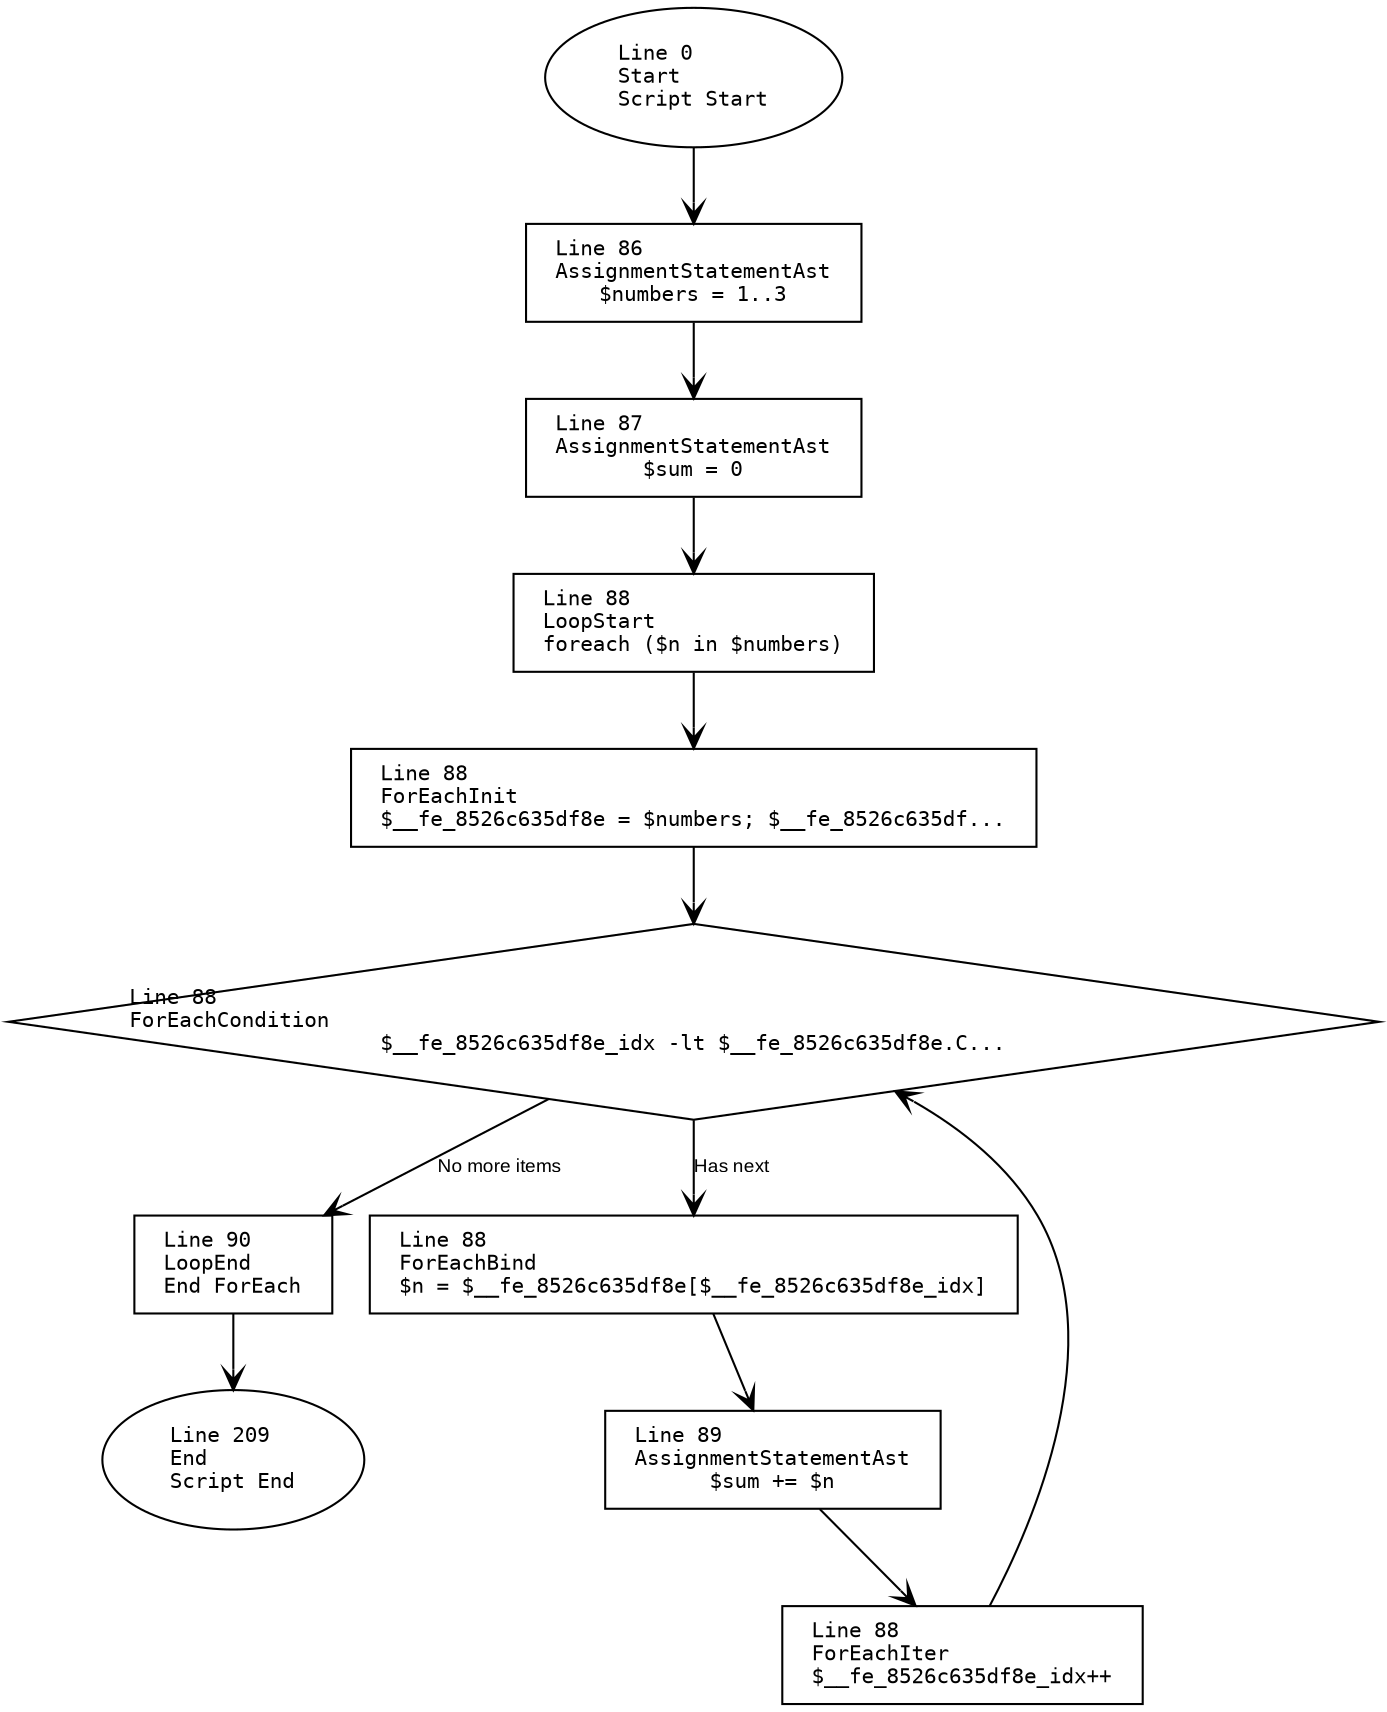
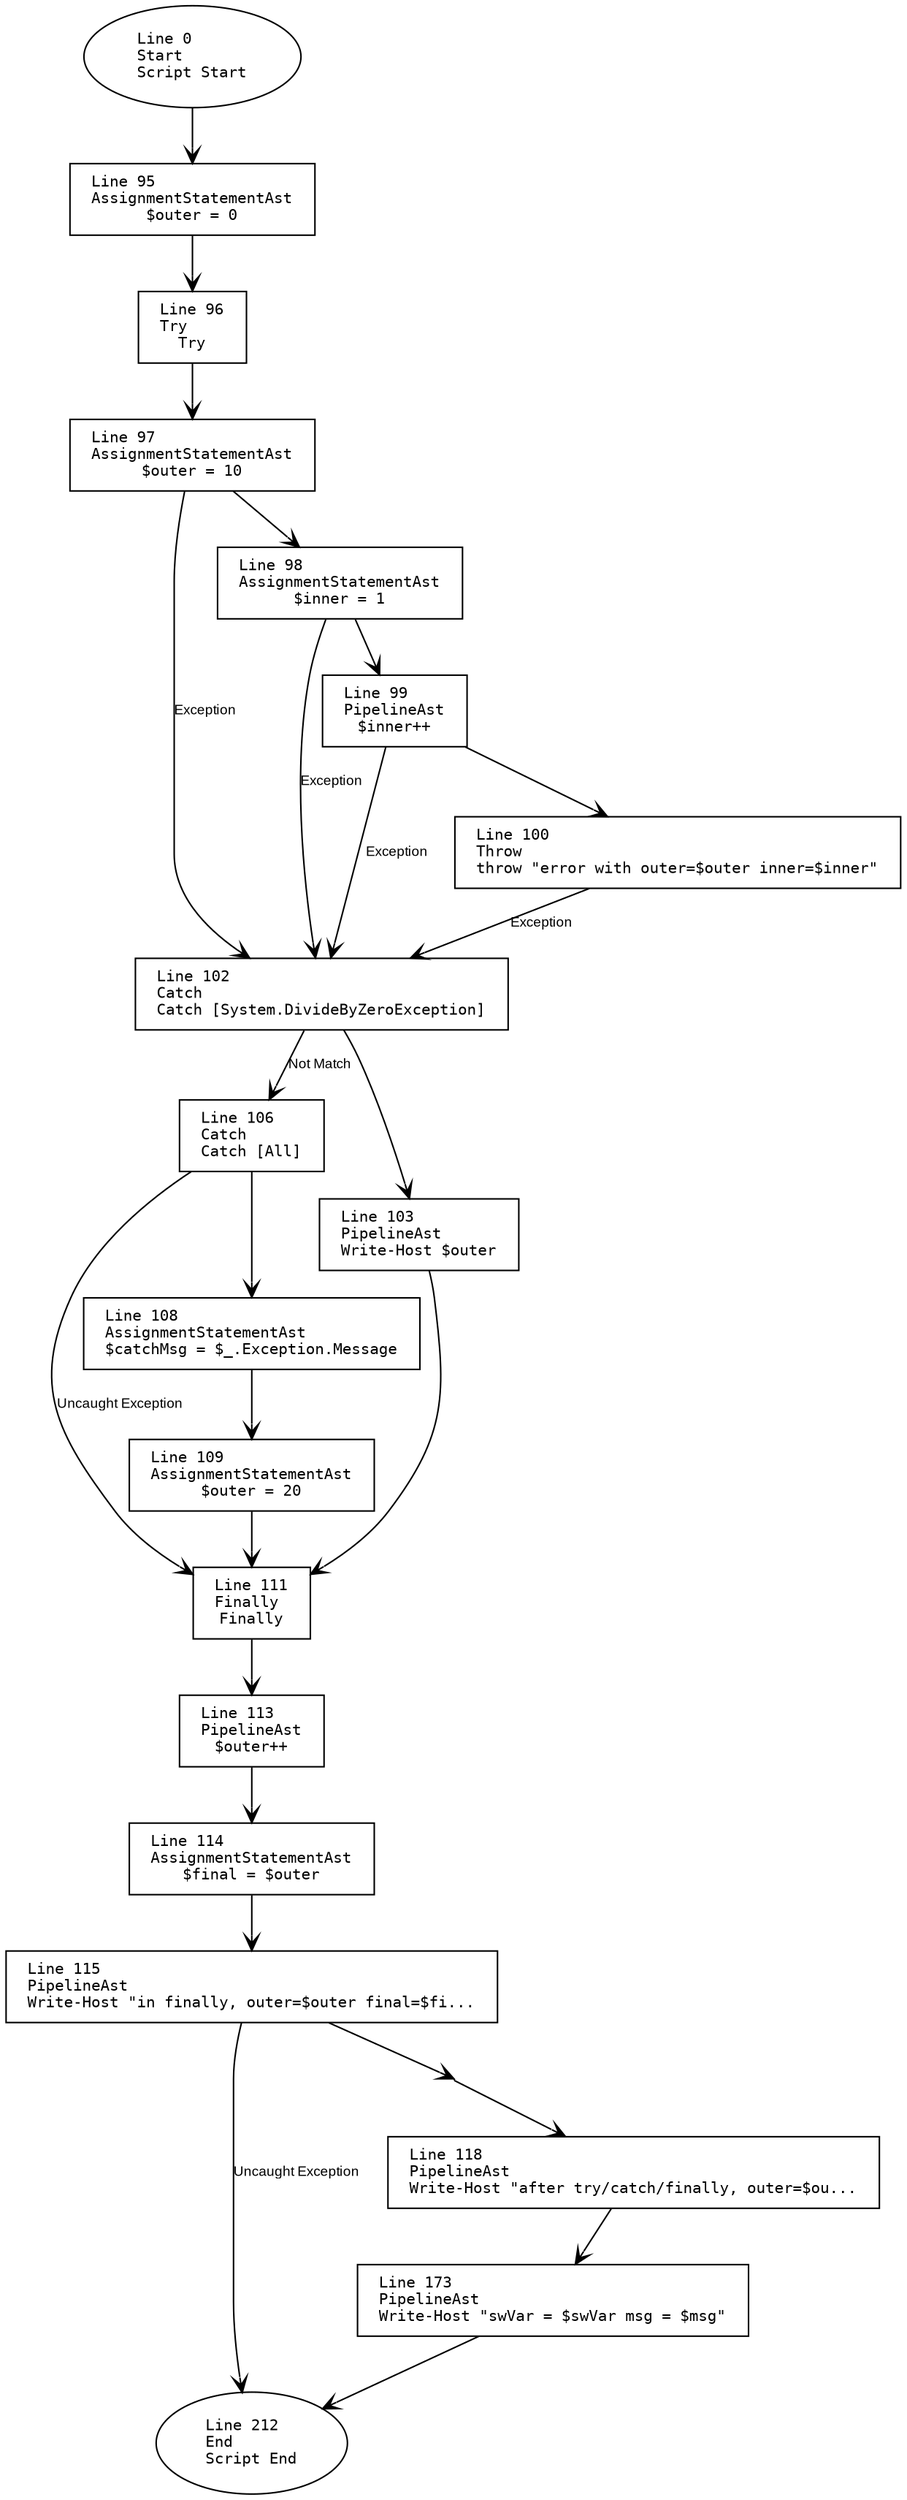
digraph G {
    rankdir=TB;
    node [
        fontname="Consolas"
        shape=box
        width=0
        height=0
        margin="0.2,0.1"
        fontsize=10
    ];
    edge [fontname="Arial", arrowhead=vee, fontsize=9];

    // Nodes
    1 [label="Line 0\lStart\lScript Start", shape=oval];
-     2 [label="Line 209\lEnd\lScript End", shape=oval];
-     3 [label="Line 86\lAssignmentStatementAst\l$numbers = 1..3", shape=box];
-     4 [label="Line 87\lAssignmentStatementAst\l$sum = 0", shape=box];
-     5 [label="Line 88\lLoopStart\lforeach ($n in $numbers)", shape=box];
-     6 [label="Line 88\lForEachInit\l$__fe_8526c635df8e = $numbers; $__fe_8526c635df...", shape=box];
-     7 [label="Line 88\lForEachCondition\l$__fe_8526c635df8e_idx -lt $__fe_8526c635df8e.C...", shape=diamond];
-     8 [label="Line 90\lLoopEnd\lEnd ForEach", shape=box];
-     9 [label="Line 88\lForEachBind\l$n = $__fe_8526c635df8e[$__fe_8526c635df8e_idx]", shape=box];
-     10 [label="Line 88\lForEachIter\l$__fe_8526c635df8e_idx++", shape=box];
-     11 [label="Line 89\lAssignmentStatementAst\l$sum += $n", shape=box];
+     2 [label="Line 212\lEnd\lScript End", shape=oval];
+     3 [label="Line 95\lAssignmentStatementAst\l$outer = 0", shape=box];
+     4 [label="Line 96\lTry\lTry", shape=box];
+     5 [label="Line 111\lFinally\lFinally", shape=box];
+     6 [label="Line 102\lCatch\lCatch [System.DivideByZeroException]", shape=box];
+     7 [label="Line 106\lCatch\lCatch [All]", shape=box];
+     8 [label="Line 97\lAssignmentStatementAst\l$outer = 10", shape=box];
+     9 [label="Line 98\lAssignmentStatementAst\l$inner = 1", shape=box];
+     10 [label="Line 99\lPipelineAst\l$inner++", shape=box];
+     11 [label="Line 100\lThrow\lthrow \"error with outer=$outer inner=$inner\"", shape=box];
+     12 [label="Line 103\lPipelineAst\lWrite-Host $outer", shape=box];
+     13 [label="Line 108\lAssignmentStatementAst\l$catchMsg = $_.Exception.Message", shape=box];
+     14 [label="Line 109\lAssignmentStatementAst\l$outer = 20", shape=box];
+     15 [label="Line 113\lPipelineAst\l$outer++", shape=box];
+     16 [label="Line 114\lAssignmentStatementAst\l$final = $outer", shape=box];
+     17 [label="Line 115\lPipelineAst\lWrite-Host \"in finally, outer=$outer final=$fi...", shape=box];
+     18 [label="Line 116\lMerge\lTry-End", shape=point];
+     19 [label="Line 118\lPipelineAst\lWrite-Host \"after try/catch/finally, outer=$ou...", shape=box];
+     20 [label="Line 173\lPipelineAst\lWrite-Host \"swVar = $swVar msg = $msg\"", shape=box];

    // Edges
    1 -> 3;
    3 -> 4;
-     4 -> 5;
-     5 -> 6;
-     6 -> 7;
-     7 -> 8 [label="No more items"];
-     7 -> 9 [label="Has next"];
-     10 -> 7;
-     9 -> 11;
-     11 -> 10;
-     8 -> 2;
+     4 -> 8;
+     8 -> 9;
+     9 -> 10;
+     10 -> 11;
+     8 -> 6 [label="Exception"];
+     9 -> 6 [label="Exception"];
+     10 -> 6 [label="Exception"];
+     11 -> 6 [label="Exception"];
+     6 -> 12;
+     6 -> 7 [label="Not Match"];
+     7 -> 13;
+     13 -> 14;
+     7 -> 5 [label="Uncaught Exception"];
+     12 -> 5;
+     14 -> 5;
+     5 -> 15;
+     15 -> 16;
+     16 -> 17;
+     17 -> 2 [label="Uncaught Exception"];
+     17 -> 18;
+     18 -> 19;
+     19 -> 20;
+     20 -> 2;
}